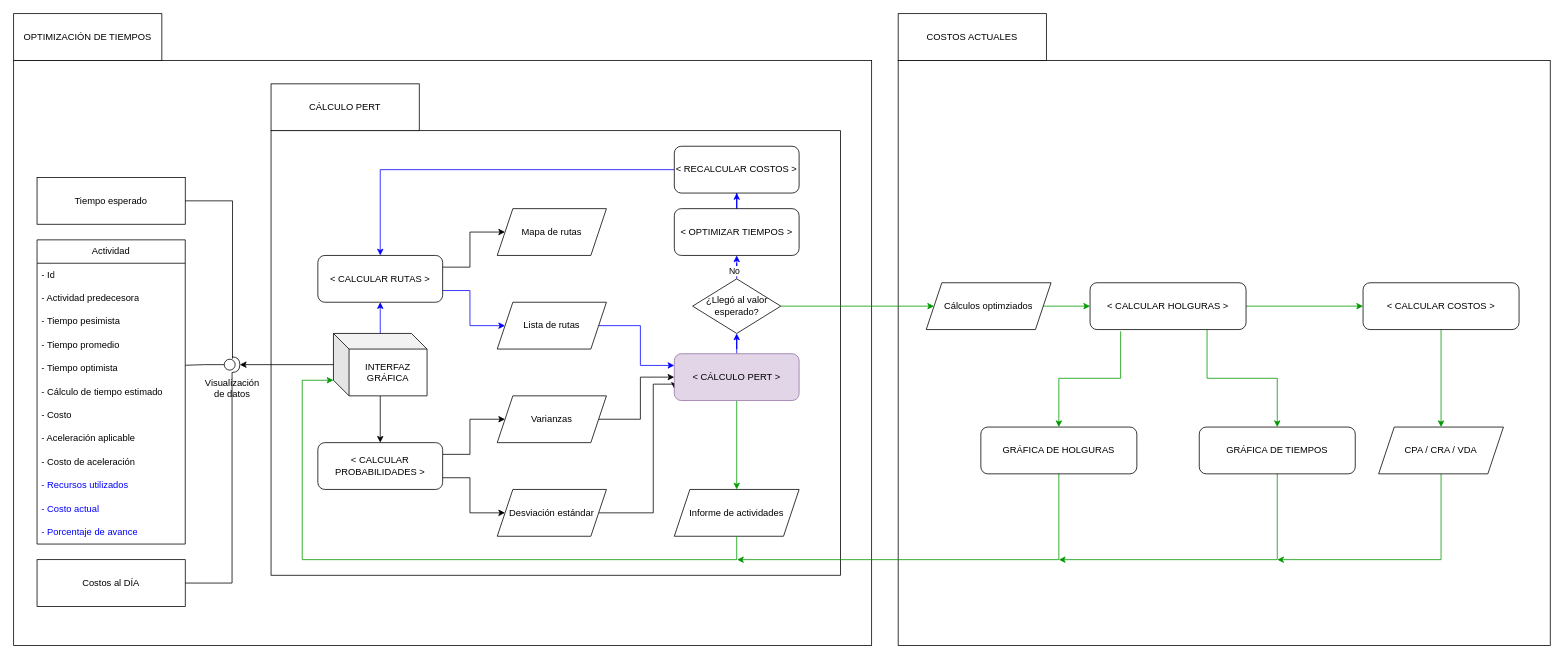
This is Diseño/Diseño - Entendiendo PERT.drawio from jctrejosi/PERT-Solver, a draw.io file, before an edit. Source tidied: cells renumbered, new cells numbered last; positions are measured from the earlier drawing's top-left corner, leaving out a move shared by most shapes. Both pictures are drawn from the tidied source at 78%, with x=0, y=0 at pixel (13, 13).
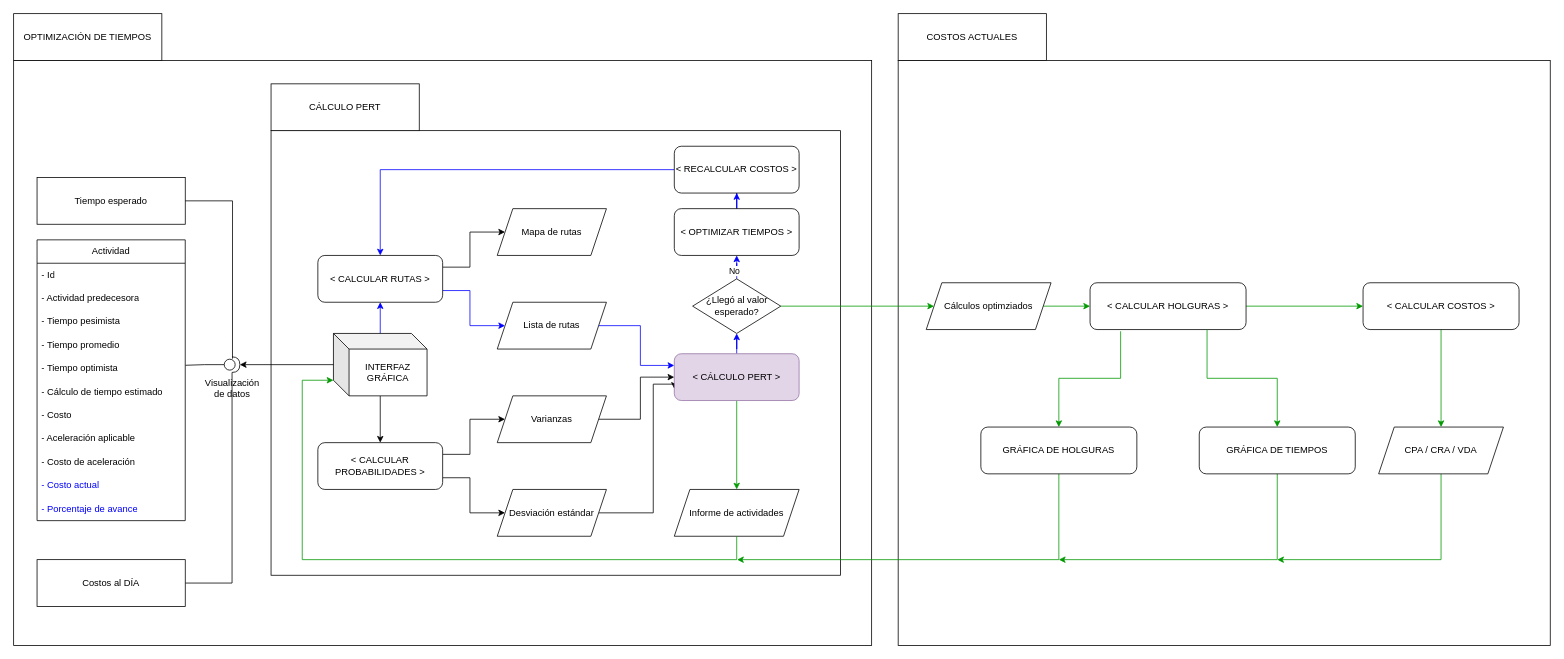
After the change.

Commit message:
Fix atribute activitie

Diff of the diagram source:
```diff
@@
     <mxCell id="11" value="Actividad" style="swimlane;fontStyle=0;horizontal=1;startSize=30;whiteSpace=wrap;html=1;" parent="1" vertex="1">
-      <mxGeometry x="30" y="290" width="190" height="390" as="geometry" />
+      <mxGeometry x="30" y="290" width="190" height="360" as="geometry" />
     </mxCell>
@@
-    <mxCell id="21" value="- Recursos utilizados" style="text;strokeColor=none;fillColor=none;align=left;verticalAlign=middle;spacingLeft=4;spacingRight=4;overflow=hidden;whiteSpace=wrap;html=1;fontColor=#0000FF;" parent="11" vertex="1">
-      <mxGeometry y="300" width="190" height="30" as="geometry" />
-    </mxCell>
     <mxCell id="22" value="- Costo actual" style="text;strokeColor=none;fillColor=none;align=left;verticalAlign=middle;spacingLeft=4;spacingRight=4;overflow=hidden;whiteSpace=wrap;html=1;fontColor=#0000FF;" parent="11" vertex="1">
-      <mxGeometry y="330" width="190" height="30" as="geometry" />
+      <mxGeometry y="300" width="190" height="30" as="geometry" />
     </mxCell>
     <mxCell id="23" value="- Porcentaje de avance" style="text;strokeColor=none;fillColor=none;align=left;verticalAlign=middle;spacingLeft=4;spacingRight=4;overflow=hidden;whiteSpace=wrap;html=1;fontColor=#0000FF;" parent="11" vertex="1">
-      <mxGeometry y="360" width="190" height="30" as="geometry" />
+      <mxGeometry y="330" width="190" height="30" as="geometry" />
     </mxCell>
```
